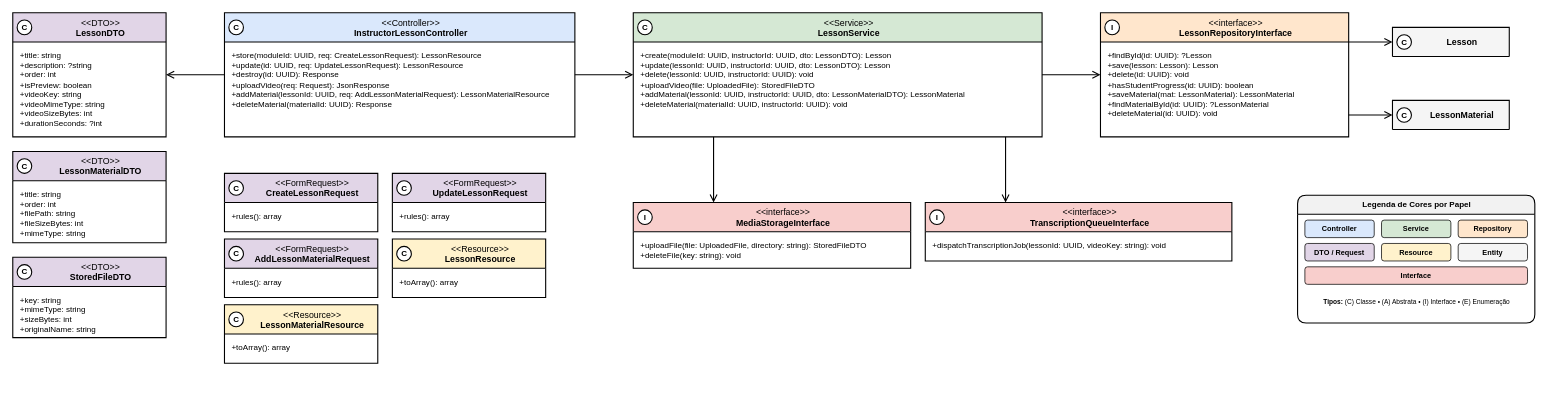
This is especificacao/diagramas/13-classes-area-b-implementacao-aulas.drawio from Plataforma-de-Cursos-TCC/plataforma-cursos-docs, a draw.io file, before an edit. Source tidied: cells renumbered, new cells numbered last; positions are measured from the earlier drawing's top-left corner, leaving out a move shared by most shapes. Both pictures are drawn from the tidied source at 73%, with x=0, y=0 at pixel (12, 12).
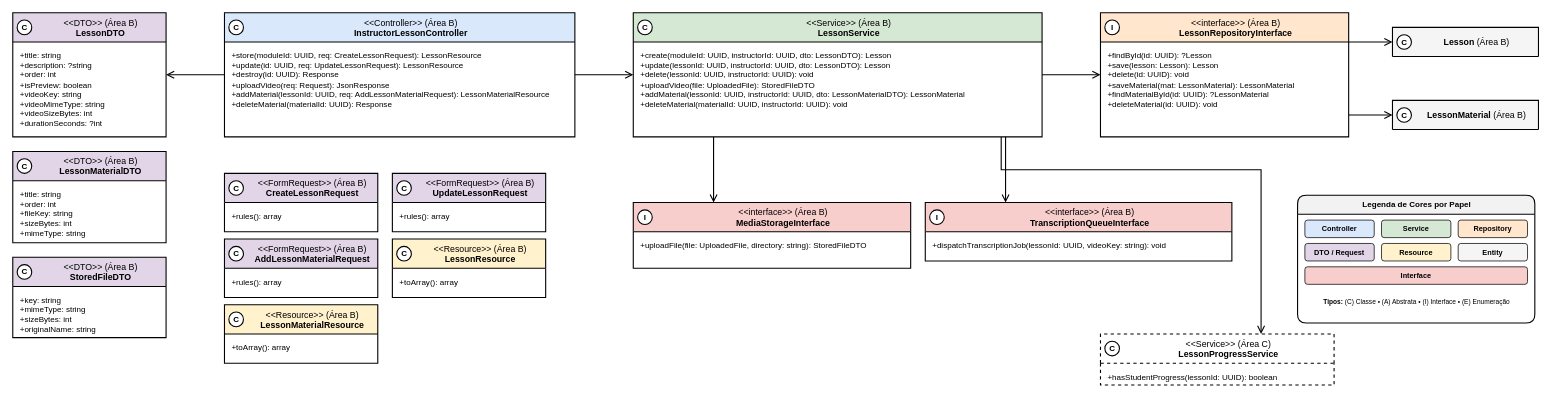
The same page after the edit.

Commit message (it also covers changes not shown here):
docs(classes-area-b): point deletion checks at area C services and mark ownership

What changed in the source:
```diff
@@
-    <mxCell id="2" value="&amp;lt;&amp;lt;FormRequest&amp;gt;&amp;gt;&lt;br&gt;&lt;b&gt;CreateLessonRequest&lt;/b&gt;" style="swimlane;html=1;fontStyle=0;align=center;verticalAlign=top;startSize=40;fillColor=#E1D5E7;swimlaneFillColor=#FFFFFF;strokeColor=#000000;strokeWidth=1.5;fontFamily=Helvetica;fontSize=12;fontColor=#000000;rounded=0;spacingLeft=30;" parent="1" vertex="1">
+    <mxCell id="2" value="&amp;lt;&amp;lt;FormRequest&amp;gt;&amp;gt; (Área B)&lt;br&gt;&lt;b&gt;CreateLessonRequest&lt;/b&gt;" style="swimlane;html=1;fontStyle=0;align=center;verticalAlign=top;startSize=40;fillColor=#E1D5E7;swimlaneFillColor=#FFFFFF;strokeColor=#000000;strokeWidth=1.5;fontFamily=Helvetica;fontSize=12;fontColor=#000000;rounded=0;spacingLeft=30;" parent="1" vertex="1">
       <mxGeometry x="290" y="220" width="210" height="80" as="geometry" />
     </mxCell>
@@
-    <mxCell id="4" value="&amp;lt;&amp;lt;FormRequest&amp;gt;&amp;gt;&lt;br&gt;&lt;b&gt;UpdateLessonRequest&lt;/b&gt;" style="swimlane;html=1;fontStyle=0;align=center;verticalAlign=top;startSize=40;fillColor=#E1D5E7;swimlaneFillColor=#FFFFFF;strokeColor=#000000;strokeWidth=1.5;fontFamily=Helvetica;fontSize=12;fontColor=#000000;rounded=0;spacingLeft=30;" parent="1" vertex="1">
+    <mxCell id="4" value="&amp;lt;&amp;lt;FormRequest&amp;gt;&amp;gt; (Área B)&lt;br&gt;&lt;b&gt;UpdateLessonRequest&lt;/b&gt;" style="swimlane;html=1;fontStyle=0;align=center;verticalAlign=top;startSize=40;fillColor=#E1D5E7;swimlaneFillColor=#FFFFFF;strokeColor=#000000;strokeWidth=1.5;fontFamily=Helvetica;fontSize=12;fontColor=#000000;rounded=0;spacingLeft=30;" parent="1" vertex="1">
       <mxGeometry x="520" y="220" width="210" height="80" as="geometry" />
     </mxCell>
@@
-    <mxCell id="6" value="&amp;lt;&amp;lt;FormRequest&amp;gt;&amp;gt;&lt;br&gt;&lt;b&gt;AddLessonMaterialRequest&lt;/b&gt;" style="swimlane;html=1;fontStyle=0;align=center;verticalAlign=top;startSize=40;fillColor=#E1D5E7;swimlaneFillColor=#FFFFFF;strokeColor=#000000;strokeWidth=1.5;fontFamily=Helvetica;fontSize=12;fontColor=#000000;rounded=0;spacingLeft=30;" parent="1" vertex="1">
+    <mxCell id="6" value="&amp;lt;&amp;lt;FormRequest&amp;gt;&amp;gt; (Área B)&lt;br&gt;&lt;b&gt;AddLessonMaterialRequest&lt;/b&gt;" style="swimlane;html=1;fontStyle=0;align=center;verticalAlign=top;startSize=40;fillColor=#E1D5E7;swimlaneFillColor=#FFFFFF;strokeColor=#000000;strokeWidth=1.5;fontFamily=Helvetica;fontSize=12;fontColor=#000000;rounded=0;spacingLeft=30;" parent="1" vertex="1">
       <mxGeometry x="290" y="310" width="210" height="80" as="geometry" />
     </mxCell>
@@
-    <mxCell id="8" value="&amp;lt;&amp;lt;DTO&amp;gt;&amp;gt;&lt;br&gt;&lt;b&gt;LessonDTO&lt;/b&gt;" style="swimlane;html=1;fontStyle=0;align=center;verticalAlign=top;startSize=40;fillColor=#E1D5E7;swimlaneFillColor=#FFFFFF;strokeColor=#000000;strokeWidth=1.5;fontFamily=Helvetica;fontSize=12;fontColor=#000000;rounded=0;spacingLeft=30;" parent="1" vertex="1">
+    <mxCell id="8" value="&amp;lt;&amp;lt;DTO&amp;gt;&amp;gt; (Área B)&lt;br&gt;&lt;b&gt;LessonDTO&lt;/b&gt;" style="swimlane;html=1;fontStyle=0;align=center;verticalAlign=top;startSize=40;fillColor=#E1D5E7;swimlaneFillColor=#FFFFFF;strokeColor=#000000;strokeWidth=1.5;fontFamily=Helvetica;fontSize=12;fontColor=#000000;rounded=0;spacingLeft=30;" parent="1" vertex="1">
       <mxGeometry width="210" height="170" as="geometry" />
     </mxCell>
@@
-    <mxCell id="10" value="&amp;lt;&amp;lt;DTO&amp;gt;&amp;gt;&lt;br&gt;&lt;b&gt;LessonMaterialDTO&lt;/b&gt;" style="swimlane;html=1;fontStyle=0;align=center;verticalAlign=top;startSize=40;fillColor=#E1D5E7;swimlaneFillColor=#FFFFFF;strokeColor=#000000;strokeWidth=1.5;fontFamily=Helvetica;fontSize=12;fontColor=#000000;rounded=0;spacingLeft=30;" parent="1" vertex="1">
+    <mxCell id="10" value="&amp;lt;&amp;lt;DTO&amp;gt;&amp;gt; (Área B)&lt;br&gt;&lt;b&gt;LessonMaterialDTO&lt;/b&gt;" style="swimlane;html=1;fontStyle=0;align=center;verticalAlign=top;startSize=40;fillColor=#E1D5E7;swimlaneFillColor=#FFFFFF;strokeColor=#000000;strokeWidth=1.5;fontFamily=Helvetica;fontSize=12;fontColor=#000000;rounded=0;spacingLeft=30;" parent="1" vertex="1">
       <mxGeometry y="190" width="210" height="125" as="geometry" />
     </mxCell>
-    <mxCell id="11" value="+title: string&lt;br&gt;+order: int&lt;br&gt;+filePath: string&lt;br&gt;+fileSizeBytes: int&lt;br&gt;+mimeType: string" style="text;html=1;align=left;verticalAlign=top;spacingLeft=8;spacingRight=8;spacingTop=6;fontSize=11;fontFamily=Helvetica;fontColor=#000000;" parent="10" vertex="1">
+    <mxCell id="11" value="+title: string&lt;br&gt;+order: int&lt;br&gt;+fileKey: string&lt;br&gt;+sizeBytes: int&lt;br&gt;+mimeType: string" style="text;html=1;align=left;verticalAlign=top;spacingLeft=8;spacingRight=8;spacingTop=6;fontSize=11;fontFamily=Helvetica;fontColor=#000000;" parent="10" vertex="1">
       <mxGeometry y="40" width="210" height="85" as="geometry" />
     </mxCell>
-    <mxCell id="12" value="&amp;lt;&amp;lt;DTO&amp;gt;&amp;gt;&lt;br&gt;&lt;b&gt;StoredFileDTO&lt;/b&gt;" style="swimlane;html=1;fontStyle=0;align=center;verticalAlign=top;startSize=40;fillColor=#E1D5E7;swimlaneFillColor=#FFFFFF;strokeColor=#000000;strokeWidth=1.5;fontFamily=Helvetica;fontSize=12;fontColor=#000000;rounded=0;spacingLeft=30;" parent="1" vertex="1">
+    <mxCell id="12" value="&amp;lt;&amp;lt;DTO&amp;gt;&amp;gt; (Área B)&lt;br&gt;&lt;b&gt;StoredFileDTO&lt;/b&gt;" style="swimlane;html=1;fontStyle=0;align=center;verticalAlign=top;startSize=40;fillColor=#E1D5E7;swimlaneFillColor=#FFFFFF;strokeColor=#000000;strokeWidth=1.5;fontFamily=Helvetica;fontSize=12;fontColor=#000000;rounded=0;spacingLeft=30;" parent="1" vertex="1">
       <mxGeometry y="335" width="210" height="110" as="geometry" />
     </mxCell>
@@
-    <mxCell id="14" value="&amp;lt;&amp;lt;Resource&amp;gt;&amp;gt;&lt;br&gt;&lt;b&gt;LessonResource&lt;/b&gt;" style="swimlane;html=1;fontStyle=0;align=center;verticalAlign=top;startSize=40;fillColor=#FFF2CC;swimlaneFillColor=#FFFFFF;strokeColor=#000000;strokeWidth=1.5;fontFamily=Helvetica;fontSize=12;fontColor=#000000;rounded=0;spacingLeft=30;" parent="1" vertex="1">
+    <mxCell id="14" value="&amp;lt;&amp;lt;Resource&amp;gt;&amp;gt; (Área B)&lt;br&gt;&lt;b&gt;LessonResource&lt;/b&gt;" style="swimlane;html=1;fontStyle=0;align=center;verticalAlign=top;startSize=40;fillColor=#FFF2CC;swimlaneFillColor=#FFFFFF;strokeColor=#000000;strokeWidth=1.5;fontFamily=Helvetica;fontSize=12;fontColor=#000000;rounded=0;spacingLeft=30;" parent="1" vertex="1">
       <mxGeometry x="520" y="310" width="210" height="80" as="geometry" />
     </mxCell>
@@
-    <mxCell id="16" value="&amp;lt;&amp;lt;Resource&amp;gt;&amp;gt;&lt;br&gt;&lt;b&gt;LessonMaterialResource&lt;/b&gt;" style="swimlane;html=1;fontStyle=0;align=center;verticalAlign=top;startSize=40;fillColor=#FFF2CC;swimlaneFillColor=#FFFFFF;strokeColor=#000000;strokeWidth=1.5;fontFamily=Helvetica;fontSize=12;fontColor=#000000;rounded=0;spacingLeft=30;" parent="1" vertex="1">
+    <mxCell id="16" value="&amp;lt;&amp;lt;Resource&amp;gt;&amp;gt; (Área B)&lt;br&gt;&lt;b&gt;LessonMaterialResource&lt;/b&gt;" style="swimlane;html=1;fontStyle=0;align=center;verticalAlign=top;startSize=40;fillColor=#FFF2CC;swimlaneFillColor=#FFFFFF;strokeColor=#000000;strokeWidth=1.5;fontFamily=Helvetica;fontSize=12;fontColor=#000000;rounded=0;spacingLeft=30;" parent="1" vertex="1">
       <mxGeometry x="290" y="400" width="210" height="80" as="geometry" />
     </mxCell>
@@
-    <mxCell id="18" value="&amp;lt;&amp;lt;Controller&amp;gt;&amp;gt;&lt;br&gt;&lt;b&gt;InstructorLessonController&lt;/b&gt;" style="swimlane;html=1;fontStyle=0;align=center;verticalAlign=top;startSize=40;fillColor=#DAE8FC;swimlaneFillColor=#FFFFFF;strokeColor=#000000;strokeWidth=1.5;fontFamily=Helvetica;fontSize=12;fontColor=#000000;rounded=0;spacingLeft=30;" parent="1" vertex="1">
+    <mxCell id="18" value="&amp;lt;&amp;lt;Controller&amp;gt;&amp;gt; (Área B)&lt;br&gt;&lt;b&gt;InstructorLessonController&lt;/b&gt;" style="swimlane;html=1;fontStyle=0;align=center;verticalAlign=top;startSize=40;fillColor=#DAE8FC;swimlaneFillColor=#FFFFFF;strokeColor=#000000;strokeWidth=1.5;fontFamily=Helvetica;fontSize=12;fontColor=#000000;rounded=0;spacingLeft=30;" parent="1" vertex="1">
       <mxGeometry x="290" width="480" height="170" as="geometry" />
     </mxCell>
@@
-    <mxCell id="20" value="&amp;lt;&amp;lt;Service&amp;gt;&amp;gt;&lt;br&gt;&lt;b&gt;LessonService&lt;/b&gt;" style="swimlane;html=1;fontStyle=0;align=center;verticalAlign=top;startSize=40;fillColor=#D5E8D4;swimlaneFillColor=#FFFFFF;strokeColor=#000000;strokeWidth=1.5;fontFamily=Helvetica;fontSize=12;fontColor=#000000;rounded=0;spacingLeft=30;" parent="1" vertex="1">
+    <mxCell id="20" value="&amp;lt;&amp;lt;Service&amp;gt;&amp;gt; (Área B)&lt;br&gt;&lt;b&gt;LessonService&lt;/b&gt;" style="swimlane;html=1;fontStyle=0;align=center;verticalAlign=top;startSize=40;fillColor=#D5E8D4;swimlaneFillColor=#FFFFFF;strokeColor=#000000;strokeWidth=1.5;fontFamily=Helvetica;fontSize=12;fontColor=#000000;rounded=0;spacingLeft=30;" parent="1" vertex="1">
       <mxGeometry x="850" width="560" height="170" as="geometry" />
     </mxCell>
+    <mxCell id="61" value="&amp;lt;&amp;lt;Service&amp;gt;&amp;gt; (Área C)&lt;br&gt;&lt;b&gt;LessonProgressService&lt;/b&gt;" style="swimlane;html=1;fontStyle=0;align=center;verticalAlign=top;startSize=40;fillColor=#FFFFFF;swimlaneFillColor=#FFFFFF;strokeColor=#000000;strokeWidth=1.5;fontFamily=Helvetica;fontSize=12;fontColor=#000000;rounded=0;spacingLeft=30;dashed=1;" parent="1" vertex="1">
+      <mxGeometry x="1490" y="440" width="320" height="70" as="geometry" />
+    </mxCell>
@@
-    <mxCell id="22" value="&amp;lt;&amp;lt;interface&amp;gt;&amp;gt;&lt;br&gt;&lt;b&gt;LessonRepositoryInterface&lt;/b&gt;" style="swimlane;html=1;fontStyle=0;align=center;verticalAlign=top;startSize=40;fillColor=#FFE6CC;swimlaneFillColor=#FFFFFF;strokeColor=#000000;strokeWidth=1.5;fontFamily=Helvetica;fontSize=12;fontColor=#000000;rounded=0;spacingLeft=30;" parent="1" vertex="1">
+    <mxCell id="22" value="&amp;lt;&amp;lt;interface&amp;gt;&amp;gt; (Área B)&lt;br&gt;&lt;b&gt;LessonRepositoryInterface&lt;/b&gt;" style="swimlane;html=1;fontStyle=0;align=center;verticalAlign=top;startSize=40;fillColor=#FFE6CC;swimlaneFillColor=#FFFFFF;strokeColor=#000000;strokeWidth=1.5;fontFamily=Helvetica;fontSize=12;fontColor=#000000;rounded=0;spacingLeft=30;" parent="1" vertex="1">
       <mxGeometry x="1490" width="340" height="170" as="geometry" />
     </mxCell>
-    <mxCell id="23" value="+findById(id: UUID): ?Lesson&lt;br&gt;+save(lesson: Lesson): Lesson&lt;br&gt;+delete(id: UUID): void&lt;br&gt;+hasStudentProgress(id: UUID): boolean&lt;br&gt;+saveMaterial(mat: LessonMaterial): LessonMaterial&lt;br&gt;+findMaterialById(id: UUID): ?LessonMaterial&lt;br&gt;+deleteMaterial(id: UUID): void" style="text;html=1;align=left;verticalAlign=top;spacingLeft=8;spacingRight=8;spacingTop=6;fontSize=11;fontFamily=Helvetica;fontColor=#000000;" parent="22" vertex="1">
+    <mxCell id="23" value="+findById(id: UUID): ?Lesson&lt;br&gt;+save(lesson: Lesson): Lesson&lt;br&gt;+delete(id: UUID): void&lt;br&gt;+saveMaterial(mat: LessonMaterial): LessonMaterial&lt;br&gt;+findMaterialById(id: UUID): ?LessonMaterial&lt;br&gt;+deleteMaterial(id: UUID): void" style="text;html=1;align=left;verticalAlign=top;spacingLeft=8;spacingRight=8;spacingTop=6;fontSize=11;fontFamily=Helvetica;fontColor=#000000;" parent="22" vertex="1">
       <mxGeometry y="40" width="340" height="130" as="geometry" />
     </mxCell>
-    <mxCell id="24" value="&amp;lt;&amp;lt;interface&amp;gt;&amp;gt;&lt;br&gt;&lt;b&gt;MediaStorageInterface&lt;/b&gt;" style="swimlane;html=1;fontStyle=0;align=center;verticalAlign=top;startSize=40;fillColor=#F8CECC;swimlaneFillColor=#FFFFFF;strokeColor=#000000;strokeWidth=1.5;fontFamily=Helvetica;fontSize=12;fontColor=#000000;rounded=0;spacingLeft=30;" parent="1" vertex="1">
+    <mxCell id="24" value="&amp;lt;&amp;lt;interface&amp;gt;&amp;gt; (Área B)&lt;br&gt;&lt;b&gt;MediaStorageInterface&lt;/b&gt;" style="swimlane;html=1;fontStyle=0;align=center;verticalAlign=top;startSize=40;fillColor=#F8CECC;swimlaneFillColor=#FFFFFF;strokeColor=#000000;strokeWidth=1.5;fontFamily=Helvetica;fontSize=12;fontColor=#000000;rounded=0;spacingLeft=30;" parent="1" vertex="1">
       <mxGeometry x="850" y="260" width="380" height="90" as="geometry" />
     </mxCell>
-    <mxCell id="25" value="+uploadFile(file: UploadedFile, directory: string): StoredFileDTO&lt;br&gt;+deleteFile(key: string): void" style="text;html=1;align=left;verticalAlign=top;spacingLeft=8;spacingRight=8;spacingTop=6;fontSize=11;fontFamily=Helvetica;fontColor=#000000;" parent="24" vertex="1">
+    <mxCell id="25" value="+uploadFile(file: UploadedFile, directory: string): StoredFileDTO" style="text;html=1;align=left;verticalAlign=top;spacingLeft=8;spacingRight=8;spacingTop=6;fontSize=11;fontFamily=Helvetica;fontColor=#000000;" parent="24" vertex="1">
       <mxGeometry y="40" width="380" height="50" as="geometry" />
     </mxCell>
-    <mxCell id="26" value="&amp;lt;&amp;lt;interface&amp;gt;&amp;gt;&lt;br&gt;&lt;b&gt;TranscriptionQueueInterface&lt;/b&gt;" style="swimlane;html=1;fontStyle=0;align=center;verticalAlign=top;startSize=40;fillColor=#F8CECC;swimlaneFillColor=#FFFFFF;strokeColor=#000000;strokeWidth=1.5;fontFamily=Helvetica;fontSize=12;fontColor=#000000;rounded=0;spacingLeft=30;" parent="1" vertex="1">
+    <mxCell id="26" value="&amp;lt;&amp;lt;interface&amp;gt;&amp;gt; (Área B)&lt;br&gt;&lt;b&gt;TranscriptionQueueInterface&lt;/b&gt;" style="swimlane;html=1;fontStyle=0;align=center;verticalAlign=top;startSize=40;fillColor=#F8CECC;swimlaneFillColor=#FFFFFF;strokeColor=#000000;strokeWidth=1.5;fontFamily=Helvetica;fontSize=12;fontColor=#000000;rounded=0;spacingLeft=30;" parent="1" vertex="1">
       <mxGeometry x="1250" y="260" width="420" height="80" as="geometry" />
     </mxCell>
@@
-    <mxCell id="28" value="&lt;b&gt;Lesson&lt;/b&gt;" style="swimlane;html=1;fontStyle=0;align=center;verticalAlign=middle;startSize=40;fillColor=#F5F5F5;swimlaneFillColor=#FFFFFF;strokeColor=#000000;strokeWidth=1.5;fontFamily=Helvetica;fontSize=12;fontColor=#000000;rounded=0;spacingLeft=30;" parent="1" vertex="1">
-      <mxGeometry x="1890" y="20" width="160" height="40" as="geometry" />
+    <mxCell id="28" value="&lt;b&gt;Lesson&lt;/b&gt; (Área B)" style="swimlane;html=1;fontStyle=0;align=center;verticalAlign=middle;startSize=40;fillColor=#F5F5F5;swimlaneFillColor=#FFFFFF;strokeColor=#000000;strokeWidth=1.5;fontFamily=Helvetica;fontSize=12;fontColor=#000000;rounded=0;spacingLeft=30;" parent="1" vertex="1">
+      <mxGeometry x="1890" y="20" width="200" height="40" as="geometry" />
     </mxCell>
-    <mxCell id="29" value="&lt;b&gt;LessonMaterial&lt;/b&gt;" style="swimlane;html=1;fontStyle=0;align=center;verticalAlign=middle;startSize=40;fillColor=#F5F5F5;swimlaneFillColor=#FFFFFF;strokeColor=#000000;strokeWidth=1.5;fontFamily=Helvetica;fontSize=12;fontColor=#000000;rounded=0;spacingLeft=30;" parent="1" vertex="1">
-      <mxGeometry x="1890" y="120" width="160" height="40" as="geometry" />
+    <mxCell id="29" value="&lt;b&gt;LessonMaterial&lt;/b&gt; (Área B)" style="swimlane;html=1;fontStyle=0;align=center;verticalAlign=middle;startSize=40;fillColor=#F5F5F5;swimlaneFillColor=#FFFFFF;strokeColor=#000000;strokeWidth=1.5;fontFamily=Helvetica;fontSize=12;fontColor=#000000;rounded=0;spacingLeft=30;" parent="1" vertex="1">
+      <mxGeometry x="1890" y="120" width="200" height="40" as="geometry" />
     </mxCell>
@@
+    <mxCell id="62" value="+hasStudentProgress(lessonId: UUID): boolean" style="text;html=1;align=left;verticalAlign=top;spacingLeft=8;spacingRight=8;spacingTop=6;fontSize=11;fontFamily=Helvetica;fontColor=#000000;" parent="61" vertex="1">
+      <mxGeometry y="40" width="320" height="30" as="geometry" />
+    </mxCell>
+    <mxCell id="63" style="edgeStyle=orthogonalEdgeStyle;rounded=0;html=1;strokeColor=#000000;strokeWidth=1.5;endArrow=open;endFill=0;endSize=8;exitX=0.9;exitY=1.0;entryX=0.6875;entryY=0.0;" parent="1" edge="1" source="20" target="61">
+      <mxGeometry relative="1" as="geometry">
+        <Array as="points">
+          <mxPoint x="1710" y="215" />
+        </Array>
+      </mxGeometry>
+    </mxCell>
+    <mxCell id="64" value="C" style="ellipse;html=1;fillColor=#FFFFFF;strokeColor=#000000;strokeWidth=1.5;fontFamily=Helvetica;fontSize=11;fontStyle=1;fontColor=#000000;" parent="1" vertex="1">
+      <mxGeometry x="1496" y="450" width="20" height="20" as="geometry" />
+    </mxCell>
```
